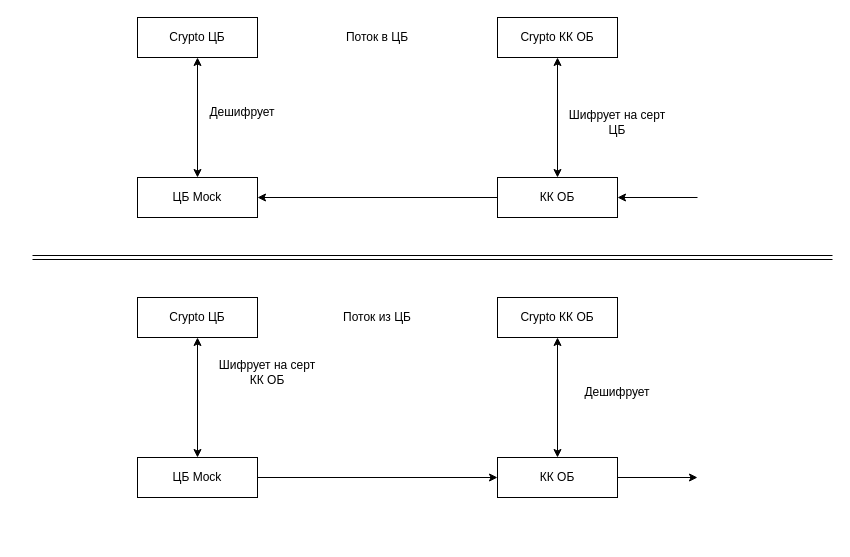
This is Cipher.drawio from maxiko/ARC-016, a draw.io file, before an edit. Source tidied: cells renumbered, new cells numbered last; positions are measured from the earlier drawing's top-left corner, leaving out a move shared by most shapes. Both pictures are drawn from the tidied source at 100%, with x=0, y=0 at pixel (32, 17).
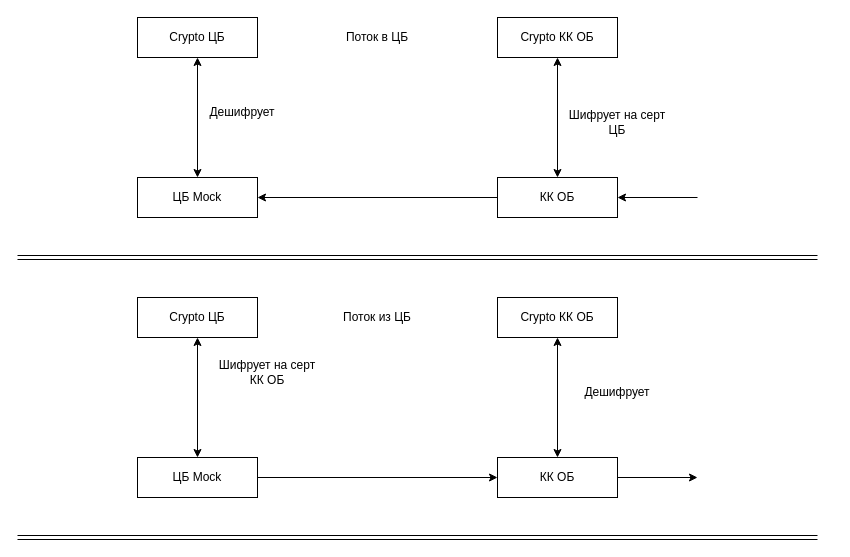
The same page after the edit.

Change to the diagram source:
```diff
@@
     <mxCell id="13" style="shape=link;html=1;rounded=0;" parent="1" edge="1">
       <mxGeometry relative="1" as="geometry">
-        <mxPoint y="240" as="sourcePoint" />
-        <mxPoint x="800" y="240" as="targetPoint" />
+        <mxPoint x="-15" y="240" as="sourcePoint" />
+        <mxPoint x="785" y="240" as="targetPoint" />
       </mxGeometry>
     </mxCell>
@@
+    <mxCell id="25" style="shape=link;html=1;rounded=0;" parent="1" edge="1">
+      <mxGeometry relative="1" as="geometry">
+        <mxPoint x="-15" y="520" as="sourcePoint" />
+        <mxPoint x="785" y="520" as="targetPoint" />
+      </mxGeometry>
+    </mxCell>
```
